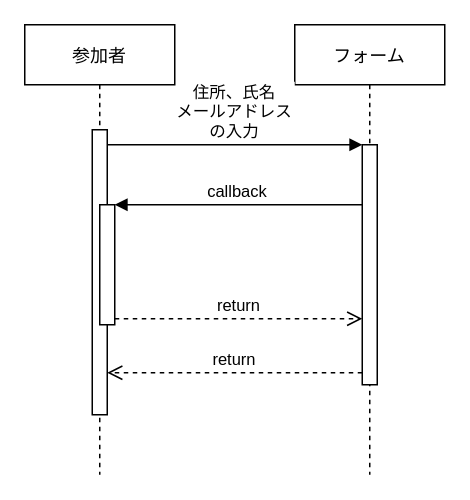
Before: Untitled Diagram.drawio in Methanon46/drawings, a draw.io diagram. Source tidied: cells renumbered, new cells numbered last; positions are measured from the earlier drawing's top-left corner, leaving out a move shared by most shapes. Both pictures are drawn from the tidied source at 150%, with x=0, y=0 at pixel (24, 24).
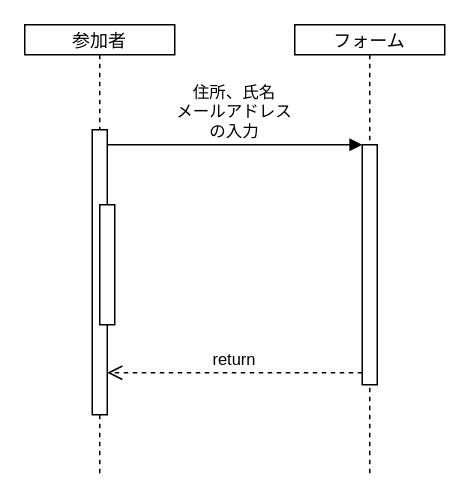
Above is the later version.

Change to the diagram source:
```diff
@@
 <mxGraphModel>
   <root>
     <mxCell id="0" />
     <mxCell id="1" parent="0" />
-    <mxCell id="2" value="参加者" style="shape=umlLifeline;perimeter=lifelinePerimeter;rounded=0;shadow=0;strokeWidth=1;" parent="1" vertex="1">
+    <mxCell id="2" value="参加者" style="shape=umlLifeline;perimeter=lifelinePerimeter;rounded=0;shadow=0;strokeWidth=1;size=20;" parent="1" vertex="1">
       <mxGeometry width="100" height="300" as="geometry" />
     </mxCell>
     <mxCell id="3" style="points=[];perimeter=orthogonalPerimeter;rounded=0;shadow=0;strokeWidth=1;" parent="2" vertex="1">
       <mxGeometry x="45" y="70" width="10" height="190" as="geometry" />
     </mxCell>
     <mxCell id="4" style="points=[];perimeter=orthogonalPerimeter;rounded=0;shadow=0;strokeWidth=1;" parent="2" vertex="1">
       <mxGeometry x="50" y="120" width="10" height="80" as="geometry" />
     </mxCell>
-    <mxCell id="5" value="フォーム" style="shape=umlLifeline;perimeter=lifelinePerimeter;rounded=0;shadow=0;strokeWidth=1;" parent="1" vertex="1">
+    <mxCell id="5" value="フォーム" style="shape=umlLifeline;perimeter=lifelinePerimeter;rounded=0;shadow=0;strokeWidth=1;size=20;" parent="1" vertex="1">
       <mxGeometry x="180" width="100" height="300" as="geometry" />
     </mxCell>
     <mxCell id="6" style="points=[];perimeter=orthogonalPerimeter;rounded=0;shadow=0;strokeWidth=1;" parent="5" vertex="1">
       <mxGeometry x="45" y="80" width="10" height="160" as="geometry" />
     </mxCell>
     <mxCell id="7" value="return" style="verticalAlign=bottom;endArrow=open;dashed=1;endSize=8;exitX=0;exitY=0.95;shadow=0;strokeWidth=1;" parent="1" edge="1" source="6" target="3">
       <mxGeometry relative="1" as="geometry" />
     </mxCell>
     <mxCell id="8" value="住所、氏名&#10;メールアドレス&#10;の入力" style="verticalAlign=bottom;endArrow=block;entryX=0;entryY=0;shadow=0;strokeWidth=1;" parent="1" edge="1" source="3" target="6">
       <mxGeometry relative="1" as="geometry" />
     </mxCell>
-    <mxCell id="9" value="callback" style="verticalAlign=bottom;endArrow=block;entryX=1;entryY=0;shadow=0;strokeWidth=1;" parent="1" edge="1" source="6" target="4">
-      <mxGeometry relative="1" as="geometry" />
-    </mxCell>
-    <mxCell id="10" value="return" style="verticalAlign=bottom;endArrow=open;dashed=1;endSize=8;exitX=1;exitY=0.95;shadow=0;strokeWidth=1;" parent="1" edge="1" source="4" target="6">
-      <mxGeometry relative="1" as="geometry" />
-    </mxCell>
   </root>
 </mxGraphModel>
```
